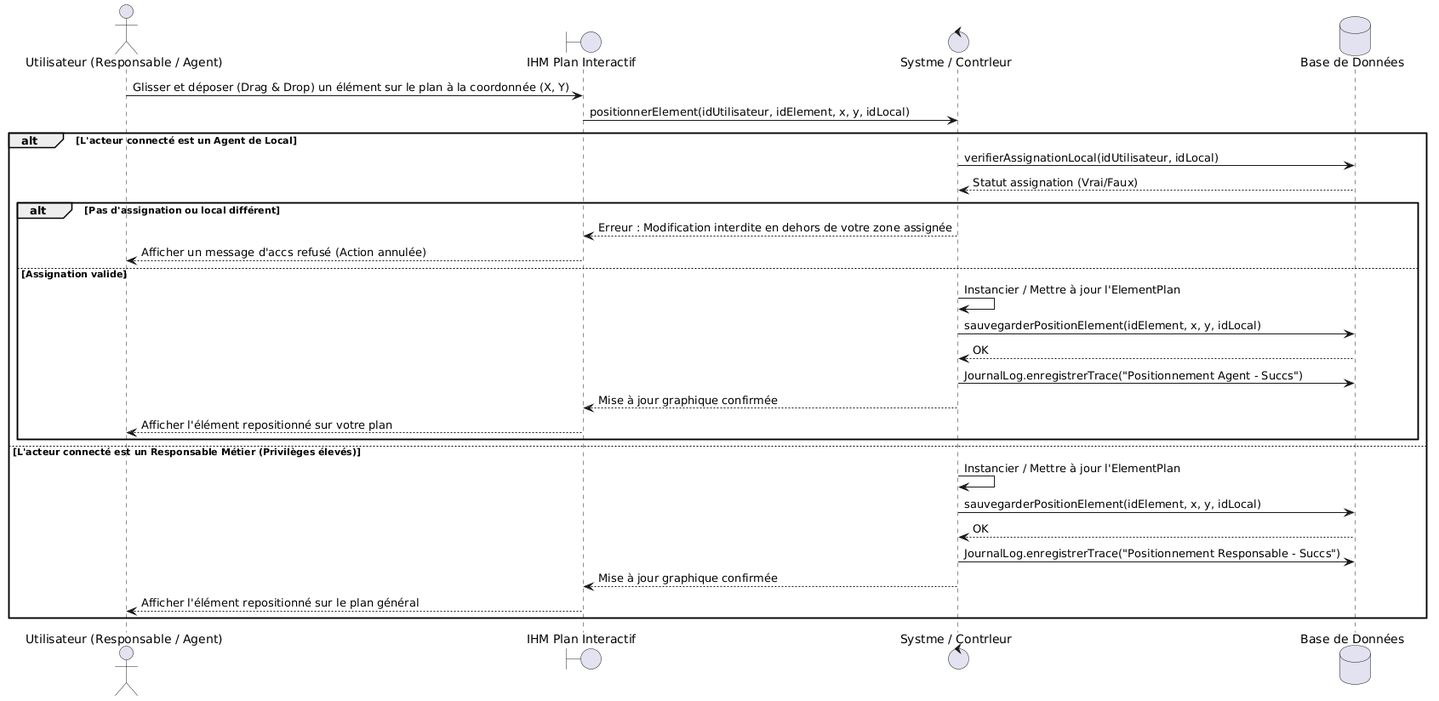
HamdiMohamedAli/STEG-Immobilisation-Project keeps this PlantUML diagram as assets/seq_drag_drop.png. Above is the earlier version.
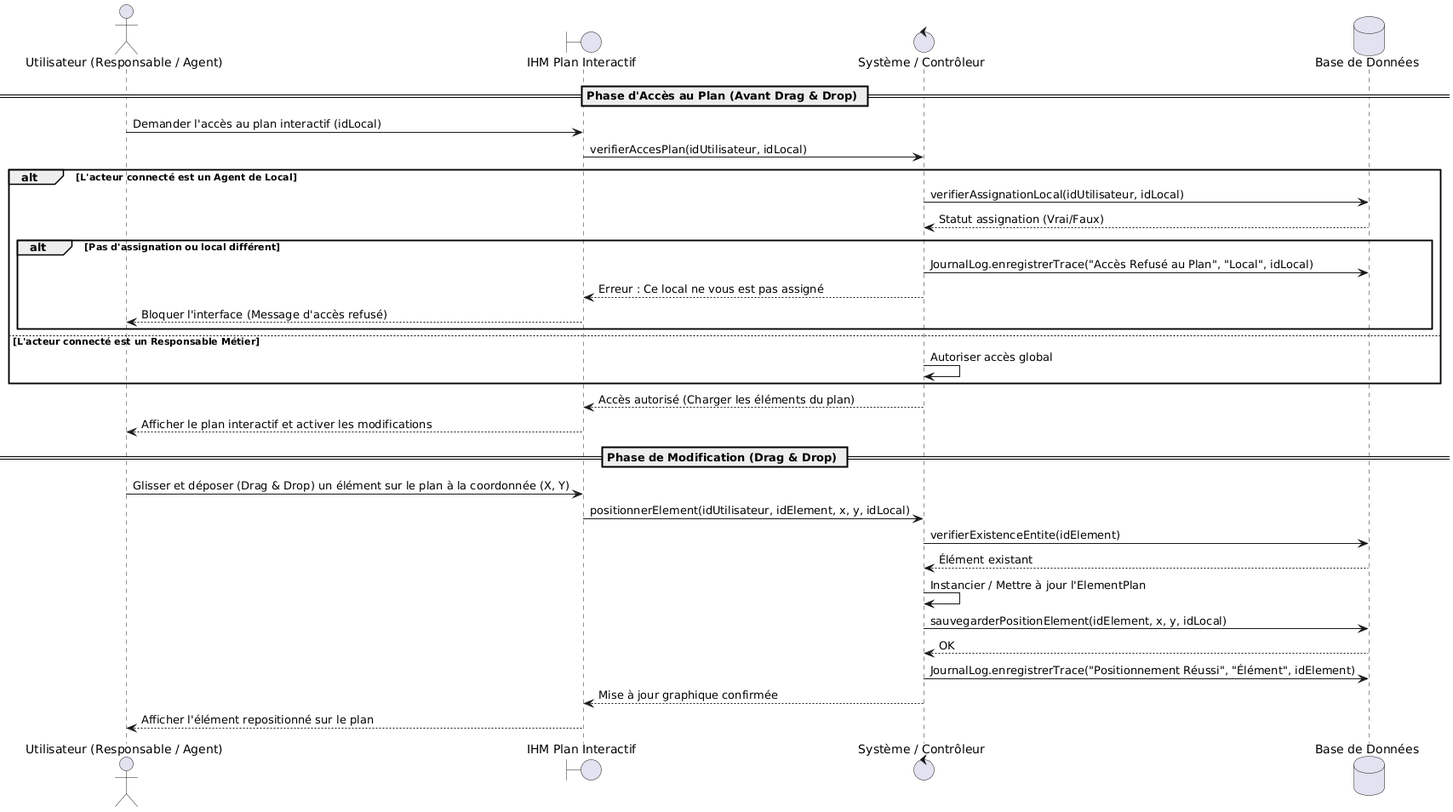
After the commit.

Change to the diagram source:
```diff
@@ -4,31 +4,40 @@
 control "Système / Contrôleur" as Sys
 database "Base de Données" as BDD
 
-Acteur -> IHM: Glisser et déposer (Drag & Drop) un élément sur le plan à la coordonnée (X, Y)
-IHM -> Sys: positionnerElement(idUtilisateur, idElement, x, y, idLocal)
+== Phase d'Accès au Plan (Avant Drag & Drop) ==
+
+Acteur -> IHM: Demander l'accès au plan interactif (idLocal)
+IHM -> Sys: verifierAccesPlan(idUtilisateur, idLocal)
 
 alt L'acteur connecté est un Agent de Local
     Sys -> BDD: verifierAssignationLocal(idUtilisateur, idLocal)
     BDD --> Sys: Statut assignation (Vrai/Faux)
 
     alt Pas d'assignation ou local différent
-        Sys --> IHM: Erreur : Modification interdite en dehors de votre zone assignée
-        IHM --> Acteur: Afficher un message d'accès refusé (Action annulée)
-    else Assignation valide
-        Sys -> Sys: Instancier / Mettre à jour l'ElementPlan
-        Sys -> BDD: sauvegarderPositionElement(idElement, x, y, idLocal)
-        BDD --> Sys: OK
-        Sys -> BDD: JournalLog.enregistrerTrace("Positionnement Agent - Succès")
-        Sys --> IHM: Mise à jour graphique confirmée
-        IHM --> Acteur: Afficher l'élément repositionné sur votre plan
+        Sys -> BDD: JournalLog.enregistrerTrace("Accès Refusé au Plan", "Local", idLocal)
+        Sys --> IHM: Erreur : Ce local ne vous est pas assigné
+        IHM --> Acteur: Bloquer l'interface (Message d'accès refusé)
     end
+else L'acteur connecté est un Responsable Métier
+    Sys -> Sys: Autoriser accès global
+end
 
-else L'acteur connecté est un Responsable Métier (Privilèges élevés)
-    Sys -> Sys: Instancier / Mettre à jour l'ElementPlan
-    Sys -> BDD: sauvegarderPositionElement(idElement, x, y, idLocal)
-    BDD --> Sys: OK
-    Sys -> BDD: JournalLog.enregistrerTrace("Positionnement Responsable - Succès")
-    Sys --> IHM: Mise à jour graphique confirmée
-    IHM --> Acteur: Afficher l'élément repositionné sur le plan général
-end
+Sys --> IHM: Accès autorisé (Charger les éléments du plan)
+IHM --> Acteur: Afficher le plan interactif et activer les modifications
+
+== Phase de Modification (Drag & Drop) ==
+
+Acteur -> IHM: Glisser et déposer (Drag & Drop) un élément sur le plan à la coordonnée (X, Y)
+IHM -> Sys: positionnerElement(idUtilisateur, idElement, x, y, idLocal)
+
+Sys -> BDD: verifierExistenceEntite(idElement)
+BDD --> Sys: Élément existant
+
+Sys -> Sys: Instancier / Mettre à jour l'ElementPlan
+Sys -> BDD: sauvegarderPositionElement(idElement, x, y, idLocal)
+BDD --> Sys: OK
+
+Sys -> BDD: JournalLog.enregistrerTrace("Positionnement Réussi", "Élément", idElement)
+Sys --> IHM: Mise à jour graphique confirmée
+IHM --> Acteur: Afficher l'élément repositionné sur le plan
 @enduml
```
